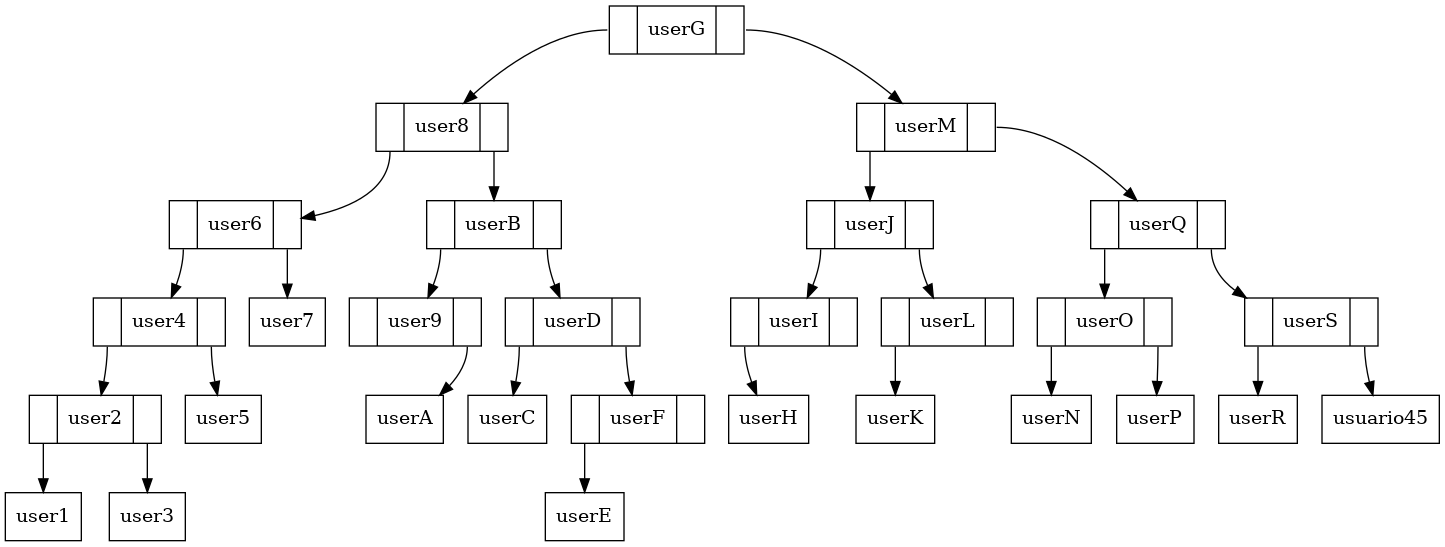
froi0409/GeneradorImagenes keeps this Graphviz diagram as GeneradorFiguras/ArbolUsuarios.png. Above is the earlier version. Its source is kept beside it as GeneradorFiguras/ArbolUsuarios.dot.
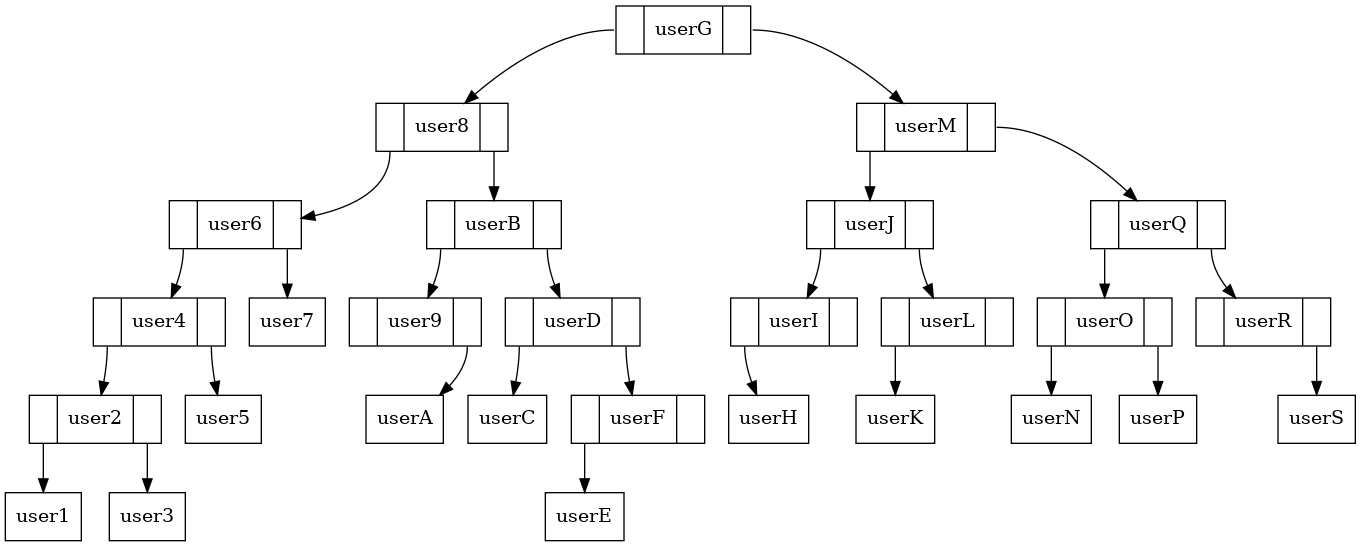
Above is the later version.

What changed in the source:
```diff
@@ -50,12 +50,10 @@
 nodouserP [ label ="userP"];
 nodouserO:C1->nodouserP
 nodouserQ:C0->nodouserO
-nodouserS [ label ="<C0>|userS|<C1>"];
-nodouserR [ label ="userR"];
-nodouserS:C0->nodouserR
-nodousuario45 [ label ="usuario45"];
-nodouserS:C1->nodousuario45
-nodouserQ:C1->nodouserS
+nodouserR [ label ="<C0>|userR|<C1>"];
+nodouserS [ label ="userS"];
+nodouserR:C1->nodouserS
+nodouserQ:C1->nodouserR
 nodouserM:C1->nodouserQ
 nodouserG:C1->nodouserM
 }
```
